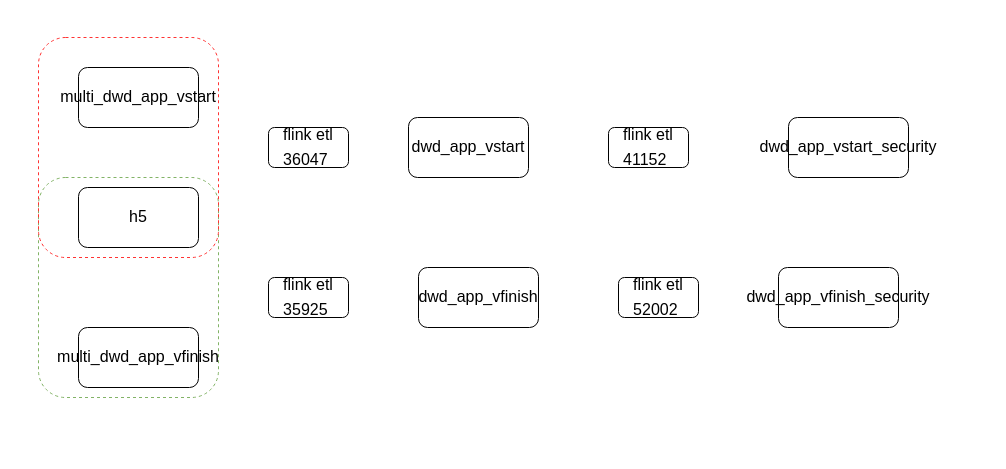
Above: page "app播放链路流程图" (1 of 2) of app切换星迹反作弊.drawio in Arthur-Lanc/drawio (draw.io), before the change. Source tidied: cells renumbered, new cells numbered last; positions are measured from the earlier drawing's top-left corner, leaving out a move shared by most shapes. Both pictures are drawn from the tidied source at 100%, with x=0, y=0 at pixel (38, 37).
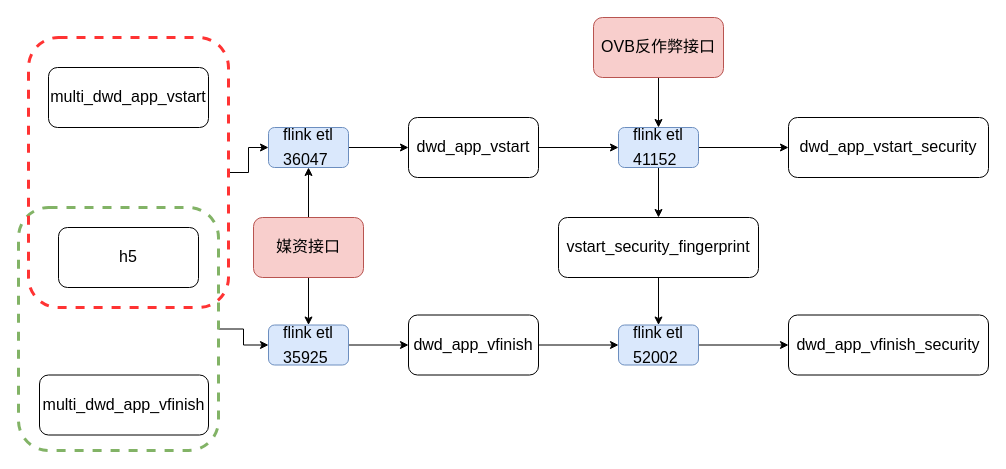
After the change.

Commit message (it also covers changes not shown here):
更新app切换星迹反作弊.drawio

Diff of the diagram source:
```diff
@@
+    <mxCell id="15" style="edgeStyle=orthogonalEdgeStyle;rounded=0;hachureGap=4;jettySize=auto;html=1;fontFamily=Architects Daughter;fontSize=16;" parent="1" edge="1" source="2" target="11">
+      <mxGeometry relative="1" as="geometry" />
+    </mxCell>
-    <mxCell id="2" style="rounded=1;whiteSpace=wrap;html=1;hachureGap=4;fontFamily=Architects Daughter;fontSize=20;fillColor=none;strokeColor=#82b366;dashed=1;" parent="1" vertex="1">
-      <mxGeometry y="140" width="180" height="220" as="geometry" />
+    <mxCell id="2" style="rounded=1;whiteSpace=wrap;html=1;hachureGap=4;fontFamily=Architects Daughter;fontSize=20;fillColor=none;strokeColor=#82b366;dashed=1;strokeWidth=3;" parent="1" vertex="1">
+      <mxGeometry x="-20" y="170" width="200" height="243" as="geometry" />
     </mxCell>
+    <mxCell id="16" style="edgeStyle=orthogonalEdgeStyle;rounded=0;hachureGap=4;jettySize=auto;html=1;fontFamily=Architects Daughter;fontSize=16;" parent="1" edge="1" source="3" target="10">
+      <mxGeometry relative="1" as="geometry" />
+    </mxCell>
-    <mxCell id="3" style="rounded=1;whiteSpace=wrap;html=1;hachureGap=4;fontFamily=Architects Daughter;fontSize=20;gradientColor=default;fillColor=none;strokeColor=#FF3333;dashed=1;" parent="1" vertex="1">
-      <mxGeometry width="180" height="220" as="geometry" />
+    <mxCell id="3" style="rounded=1;whiteSpace=wrap;html=1;hachureGap=4;fontFamily=Architects Daughter;fontSize=20;gradientColor=default;fillColor=none;strokeColor=#FF3333;dashed=1;strokeWidth=3;" parent="1" vertex="1">
+      <mxGeometry x="-10" width="200" height="270" as="geometry" />
     </mxCell>
+    <mxCell id="17" style="edgeStyle=orthogonalEdgeStyle;rounded=0;hachureGap=4;jettySize=auto;html=1;fontFamily=Architects Daughter;fontSize=16;" parent="1" edge="1" source="4" target="8">
+      <mxGeometry relative="1" as="geometry" />
+    </mxCell>
     <mxCell id="4" value="&lt;div style=&quot;font-size: medium; text-align: start;&quot;&gt;&lt;/div&gt;&lt;div style=&quot;font-size: medium; text-align: start;&quot;&gt;&lt;div class=&quot;document&quot;&gt;&lt;div class=&quot;section&quot;&gt;&lt;p style=&quot;margin: 3pt 0pt; font-family: 等线; font-size: 12pt; line-height: 20.8px;&quot; class=&quot;paragraph text-align-type-left&quot;&gt;dwd_app_vstart&lt;/p&gt;&lt;/div&gt;&lt;/div&gt;&lt;/div&gt;" style="rounded=1;whiteSpace=wrap;html=1;hachureGap=4;fontFamily=Architects Daughter;fontSize=20;" parent="1" vertex="1">
-      <mxGeometry x="370" y="80" width="120" height="60" as="geometry" />
+      <mxGeometry x="370" y="80" width="130" height="60" as="geometry" />
     </mxCell>
+    <mxCell id="18" style="edgeStyle=orthogonalEdgeStyle;rounded=0;hachureGap=4;jettySize=auto;html=1;fontFamily=Architects Daughter;fontSize=16;" parent="1" edge="1" source="5" target="9">
+      <mxGeometry relative="1" as="geometry" />
+    </mxCell>
     <mxCell id="5" value="&lt;div style=&quot;font-size: medium; text-align: start;&quot;&gt;&lt;/div&gt;&lt;div style=&quot;font-size: medium; text-align: start;&quot;&gt;&lt;div class=&quot;document&quot;&gt;&lt;div class=&quot;section&quot;&gt;&lt;p style=&quot;margin: 3pt 0pt; font-family: 等线; font-size: 12pt; line-height: 20.8px;&quot; class=&quot;paragraph text-align-type-left&quot;&gt;dwd_app_vfinish&lt;/p&gt;&lt;/div&gt;&lt;/div&gt;&lt;/div&gt;" style="rounded=1;whiteSpace=wrap;html=1;hachureGap=4;fontFamily=Architects Daughter;fontSize=20;" parent="1" vertex="1">
-      <mxGeometry x="380" y="230" width="120" height="60" as="geometry" />
+      <mxGeometry x="370" y="277.5" width="130" height="60" as="geometry" />
     </mxCell>
     <mxCell id="6" value="&lt;div style=&quot;font-size: medium; text-align: start;&quot;&gt;&lt;/div&gt;&lt;div style=&quot;font-size: medium; text-align: start;&quot;&gt;&lt;div class=&quot;document&quot;&gt;&lt;div class=&quot;section&quot;&gt;&lt;p style=&quot;margin: 3pt 0pt; font-family: 等线; font-size: 12pt; line-height: 20.8px;&quot; class=&quot;paragraph text-align-type-left&quot;&gt;dwd_app_vstart_security&lt;/p&gt;&lt;/div&gt;&lt;/div&gt;&lt;/div&gt;" style="rounded=1;whiteSpace=wrap;html=1;hachureGap=4;fontFamily=Architects Daughter;fontSize=20;" parent="1" vertex="1">
-      <mxGeometry x="750" y="80" width="120" height="60" as="geometry" />
+      <mxGeometry x="750" y="80" width="200" height="60" as="geometry" />
     </mxCell>
     <mxCell id="7" value="&lt;div style=&quot;font-size: medium; text-align: start;&quot;&gt;&lt;/div&gt;&lt;div style=&quot;font-size: medium; text-align: start;&quot;&gt;&lt;div class=&quot;document&quot;&gt;&lt;div class=&quot;section&quot;&gt;&lt;p style=&quot;margin: 3pt 0pt; font-family: 等线; font-size: 12pt; line-height: 20.8px;&quot; class=&quot;paragraph text-align-type-left&quot;&gt;dwd_app_vfinish_security&lt;/p&gt;&lt;/div&gt;&lt;/div&gt;&lt;/div&gt;" style="rounded=1;whiteSpace=wrap;html=1;hachureGap=4;fontFamily=Architects Daughter;fontSize=20;" parent="1" vertex="1">
-      <mxGeometry x="740" y="230" width="120" height="60" as="geometry" />
+      <mxGeometry x="750" y="277.5" width="200" height="60" as="geometry" />
     </mxCell>
+    <mxCell id="19" style="edgeStyle=orthogonalEdgeStyle;rounded=0;hachureGap=4;jettySize=auto;html=1;fontFamily=Architects Daughter;fontSize=16;" parent="1" edge="1" source="8" target="6">
+      <mxGeometry relative="1" as="geometry" />
+    </mxCell>
+    <mxCell id="20" style="edgeStyle=orthogonalEdgeStyle;rounded=0;hachureGap=4;jettySize=auto;html=1;fontFamily=Architects Daughter;fontSize=16;" parent="1" edge="1" source="8" target="27">
+      <mxGeometry relative="1" as="geometry" />
+    </mxCell>
-    <mxCell id="8" value="&lt;div style=&quot;font-size: medium; text-align: start;&quot;&gt;&lt;/div&gt;&lt;div style=&quot;font-size: medium; text-align: start;&quot;&gt;&lt;div class=&quot;document&quot;&gt;&lt;div class=&quot;section&quot;&gt;&lt;p style=&quot;margin: 3pt 0pt; font-family: 等线; font-size: 12pt; line-height: 20.8px;&quot; class=&quot;paragraph text-align-type-left&quot;&gt;flink etl&lt;/p&gt;&lt;div&gt;&lt;/div&gt;&lt;div&gt;&lt;div class=&quot;document&quot;&gt;&lt;div class=&quot;section&quot;&gt;&lt;p style=&quot;margin: 3pt 0pt; font-family: 等线; font-size: 12pt; line-height: 20.8px;&quot; class=&quot;paragraph text-align-type-left&quot;&gt;41152&lt;/p&gt;&lt;/div&gt;&lt;/div&gt;&lt;/div&gt;&lt;/div&gt;&lt;/div&gt;&lt;/div&gt;" style="rounded=1;whiteSpace=wrap;html=1;hachureGap=4;fontFamily=Architects Daughter;fontSize=20;" parent="1" vertex="1">
-      <mxGeometry x="570" y="90" width="80" height="40" as="geometry" />
+    <mxCell id="8" value="&lt;div style=&quot;font-size: medium; text-align: start;&quot;&gt;&lt;/div&gt;&lt;div style=&quot;font-size: medium; text-align: start;&quot;&gt;&lt;div class=&quot;document&quot;&gt;&lt;div class=&quot;section&quot;&gt;&lt;p style=&quot;margin: 3pt 0pt; font-family: 等线; font-size: 12pt; line-height: 20.8px;&quot; class=&quot;paragraph text-align-type-left&quot;&gt;flink etl&lt;/p&gt;&lt;div&gt;&lt;/div&gt;&lt;div&gt;&lt;div class=&quot;document&quot;&gt;&lt;div class=&quot;section&quot;&gt;&lt;p style=&quot;margin: 3pt 0pt; font-family: 等线; font-size: 12pt; line-height: 20.8px;&quot; class=&quot;paragraph text-align-type-left&quot;&gt;41152&lt;/p&gt;&lt;/div&gt;&lt;/div&gt;&lt;/div&gt;&lt;/div&gt;&lt;/div&gt;&lt;/div&gt;" style="rounded=1;whiteSpace=wrap;html=1;hachureGap=4;fontFamily=Architects Daughter;fontSize=20;fillColor=#dae8fc;strokeColor=#6c8ebf;" parent="1" vertex="1">
+      <mxGeometry x="580" y="90" width="80" height="40" as="geometry" />
     </mxCell>
+    <mxCell id="21" style="edgeStyle=orthogonalEdgeStyle;rounded=0;hachureGap=4;jettySize=auto;html=1;fontFamily=Architects Daughter;fontSize=16;" parent="1" edge="1" source="9" target="7">
+      <mxGeometry relative="1" as="geometry" />
+    </mxCell>
-    <mxCell id="9" value="&lt;div style=&quot;font-size: medium; text-align: start;&quot;&gt;&lt;/div&gt;&lt;div style=&quot;font-size: medium; text-align: start;&quot;&gt;&lt;div class=&quot;document&quot;&gt;&lt;div class=&quot;section&quot;&gt;&lt;p style=&quot;margin: 3pt 0pt; font-family: 等线; font-size: 12pt; line-height: 20.8px;&quot; class=&quot;paragraph text-align-type-left&quot;&gt;flink etl&lt;/p&gt;&lt;p style=&quot;margin: 3pt 0pt; font-family: 等线; font-size: 12pt; line-height: 20.8px;&quot; class=&quot;paragraph text-align-type-left&quot;&gt;52002&lt;/p&gt;&lt;/div&gt;&lt;/div&gt;&lt;/div&gt;" style="rounded=1;whiteSpace=wrap;html=1;hachureGap=4;fontFamily=Architects Daughter;fontSize=20;" parent="1" vertex="1">
-      <mxGeometry x="580" y="240" width="80" height="40" as="geometry" />
+    <mxCell id="9" value="&lt;div style=&quot;font-size: medium; text-align: start;&quot;&gt;&lt;/div&gt;&lt;div style=&quot;font-size: medium; text-align: start;&quot;&gt;&lt;div class=&quot;document&quot;&gt;&lt;div class=&quot;section&quot;&gt;&lt;p style=&quot;margin: 3pt 0pt; font-family: 等线; font-size: 12pt; line-height: 20.8px;&quot; class=&quot;paragraph text-align-type-left&quot;&gt;flink etl&lt;/p&gt;&lt;p style=&quot;margin: 3pt 0pt; font-family: 等线; font-size: 12pt; line-height: 20.8px;&quot; class=&quot;paragraph text-align-type-left&quot;&gt;52002&lt;/p&gt;&lt;/div&gt;&lt;/div&gt;&lt;/div&gt;" style="rounded=1;whiteSpace=wrap;html=1;hachureGap=4;fontFamily=Architects Daughter;fontSize=20;fillColor=#dae8fc;strokeColor=#6c8ebf;" parent="1" vertex="1">
+      <mxGeometry x="580" y="287.5" width="80" height="40" as="geometry" />
     </mxCell>
+    <mxCell id="22" style="edgeStyle=orthogonalEdgeStyle;rounded=0;hachureGap=4;jettySize=auto;html=1;fontFamily=Architects Daughter;fontSize=16;" parent="1" edge="1" source="10" target="4">
+      <mxGeometry relative="1" as="geometry" />
+    </mxCell>
-    <mxCell id="10" value="&lt;div style=&quot;font-size: medium; text-align: start;&quot;&gt;&lt;/div&gt;&lt;div style=&quot;font-size: medium; text-align: start;&quot;&gt;&lt;div class=&quot;document&quot;&gt;&lt;div class=&quot;section&quot;&gt;&lt;p style=&quot;margin: 3pt 0pt; font-family: 等线; font-size: 12pt; line-height: 20.8px;&quot; class=&quot;paragraph text-align-type-left&quot;&gt;flink etl&lt;/p&gt;&lt;div&gt;&lt;/div&gt;&lt;div&gt;&lt;div class=&quot;document&quot;&gt;&lt;div class=&quot;section&quot;&gt;&lt;p style=&quot;margin: 3pt 0pt; font-family: 等线; font-size: 12pt; line-height: 20.8px;&quot; class=&quot;paragraph text-align-type-left&quot;&gt;36047&lt;/p&gt;&lt;/div&gt;&lt;/div&gt;&lt;/div&gt;&lt;/div&gt;&lt;/div&gt;&lt;/div&gt;" style="rounded=1;whiteSpace=wrap;html=1;hachureGap=4;fontFamily=Architects Daughter;fontSize=20;" parent="1" vertex="1">
+    <mxCell id="10" value="&lt;div style=&quot;font-size: medium; text-align: start;&quot;&gt;&lt;/div&gt;&lt;div style=&quot;font-size: medium; text-align: start;&quot;&gt;&lt;div class=&quot;document&quot;&gt;&lt;div class=&quot;section&quot;&gt;&lt;p style=&quot;margin: 3pt 0pt; font-family: 等线; font-size: 12pt; line-height: 20.8px;&quot; class=&quot;paragraph text-align-type-left&quot;&gt;flink etl&lt;/p&gt;&lt;div&gt;&lt;/div&gt;&lt;div&gt;&lt;div class=&quot;document&quot;&gt;&lt;div class=&quot;section&quot;&gt;&lt;p style=&quot;margin: 3pt 0pt; font-family: 等线; font-size: 12pt; line-height: 20.8px;&quot; class=&quot;paragraph text-align-type-left&quot;&gt;36047&lt;/p&gt;&lt;/div&gt;&lt;/div&gt;&lt;/div&gt;&lt;/div&gt;&lt;/div&gt;&lt;/div&gt;" style="rounded=1;whiteSpace=wrap;html=1;hachureGap=4;fontFamily=Architects Daughter;fontSize=20;fillColor=#dae8fc;strokeColor=#6c8ebf;" parent="1" vertex="1">
       <mxGeometry x="230" y="90" width="80" height="40" as="geometry" />
     </mxCell>
+    <mxCell id="23" style="edgeStyle=orthogonalEdgeStyle;rounded=0;hachureGap=4;jettySize=auto;html=1;fontFamily=Architects Daughter;fontSize=16;" parent="1" edge="1" source="11" target="5">
+      <mxGeometry relative="1" as="geometry" />
+    </mxCell>
-    <mxCell id="11" value="&lt;div style=&quot;font-size: medium; text-align: start;&quot;&gt;&lt;/div&gt;&lt;div style=&quot;font-size: medium; text-align: start;&quot;&gt;&lt;div class=&quot;document&quot;&gt;&lt;div class=&quot;section&quot;&gt;&lt;p style=&quot;margin: 3pt 0pt; font-family: 等线; font-size: 12pt; line-height: 20.8px;&quot; class=&quot;paragraph text-align-type-left&quot;&gt;flink etl&lt;/p&gt;&lt;p style=&quot;margin: 3pt 0pt; font-family: 等线; font-size: 12pt; line-height: 20.8px;&quot; class=&quot;paragraph text-align-type-left&quot;&gt;35925&lt;/p&gt;&lt;/div&gt;&lt;/div&gt;&lt;/div&gt;" style="rounded=1;whiteSpace=wrap;html=1;hachureGap=4;fontFamily=Architects Daughter;fontSize=20;" parent="1" vertex="1">
-      <mxGeometry x="230" y="240" width="80" height="40" as="geometry" />
+    <mxCell id="11" value="&lt;div style=&quot;font-size: medium; text-align: start;&quot;&gt;&lt;/div&gt;&lt;div style=&quot;font-size: medium; text-align: start;&quot;&gt;&lt;div class=&quot;document&quot;&gt;&lt;div class=&quot;section&quot;&gt;&lt;p style=&quot;margin: 3pt 0pt; font-family: 等线; font-size: 12pt; line-height: 20.8px;&quot; class=&quot;paragraph text-align-type-left&quot;&gt;flink etl&lt;/p&gt;&lt;p style=&quot;margin: 3pt 0pt; font-family: 等线; font-size: 12pt; line-height: 20.8px;&quot; class=&quot;paragraph text-align-type-left&quot;&gt;35925&lt;/p&gt;&lt;/div&gt;&lt;/div&gt;&lt;/div&gt;" style="rounded=1;whiteSpace=wrap;html=1;hachureGap=4;fontFamily=Architects Daughter;fontSize=20;fillColor=#dae8fc;strokeColor=#6c8ebf;" parent="1" vertex="1">
+      <mxGeometry x="230" y="287.5" width="80" height="40" as="geometry" />
     </mxCell>
     <mxCell id="12" value="&lt;div style=&quot;font-size: medium; text-align: start;&quot;&gt;&lt;/div&gt;&lt;div style=&quot;font-size: medium; text-align: start;&quot;&gt;&lt;div class=&quot;document&quot;&gt;&lt;div class=&quot;section&quot;&gt;&lt;p style=&quot;margin: 3pt 0pt; font-family: 等线; font-size: 12pt; line-height: 20.8px;&quot; class=&quot;paragraph text-align-type-left&quot;&gt;multi_dwd_app_vstart&lt;/p&gt;&lt;/div&gt;&lt;/div&gt;&lt;/div&gt;" style="rounded=1;whiteSpace=wrap;html=1;hachureGap=4;fontFamily=Architects Daughter;fontSize=20;" parent="1" vertex="1">
-      <mxGeometry x="40" y="30" width="120" height="60" as="geometry" />
+      <mxGeometry x="10" y="30" width="160" height="60" as="geometry" />
     </mxCell>
     <mxCell id="13" value="&lt;div style=&quot;font-size: medium; text-align: start;&quot;&gt;&lt;/div&gt;&lt;div style=&quot;font-size: medium; text-align: start;&quot;&gt;&lt;div class=&quot;document&quot;&gt;&lt;div class=&quot;section&quot;&gt;&lt;p style=&quot;margin: 3pt 0pt; font-family: 等线; font-size: 12pt; line-height: 20.8px;&quot; class=&quot;paragraph text-align-type-left&quot;&gt;h5&lt;br&gt;&lt;/p&gt;&lt;/div&gt;&lt;/div&gt;&lt;/div&gt;" style="rounded=1;whiteSpace=wrap;html=1;hachureGap=4;fontFamily=Architects Daughter;fontSize=20;" parent="1" vertex="1">
-      <mxGeometry x="40" y="150" width="120" height="60" as="geometry" />
+      <mxGeometry x="20" y="190" width="140" height="60" as="geometry" />
     </mxCell>
     <mxCell id="14" value="&lt;div style=&quot;font-size: medium; text-align: start;&quot;&gt;&lt;/div&gt;&lt;div style=&quot;font-size: medium; text-align: start;&quot;&gt;&lt;div class=&quot;document&quot;&gt;&lt;div class=&quot;section&quot;&gt;&lt;p style=&quot;margin: 3pt 0pt; font-family: 等线; font-size: 12pt; line-height: 20.8px;&quot; class=&quot;paragraph text-align-type-left&quot;&gt;multi_dwd_app_vfinish&lt;/p&gt;&lt;/div&gt;&lt;/div&gt;&lt;/div&gt;" style="rounded=1;whiteSpace=wrap;html=1;hachureGap=4;fontFamily=Architects Daughter;fontSize=20;" parent="1" vertex="1">
-      <mxGeometry x="40" y="290" width="120" height="60" as="geometry" />
+      <mxGeometry x="1" y="337.5" width="169" height="60" as="geometry" />
     </mxCell>
+    <mxCell id="24" style="edgeStyle=orthogonalEdgeStyle;rounded=0;hachureGap=4;jettySize=auto;html=1;fontFamily=Architects Daughter;fontSize=16;" parent="1" edge="1" source="25" target="8">
+      <mxGeometry relative="1" as="geometry" />
+    </mxCell>
+    <mxCell id="25" value="&lt;div style=&quot;font-size: medium; text-align: start;&quot;&gt;&lt;/div&gt;&lt;div style=&quot;font-size: medium; text-align: start;&quot;&gt;&lt;div class=&quot;document&quot;&gt;&lt;div class=&quot;section&quot;&gt;&lt;p style=&quot;margin: 3pt 0pt; font-family: 等线; font-size: 12pt; line-height: 20.8px;&quot; class=&quot;paragraph text-align-type-left&quot;&gt;OVB反作弊接口&lt;/p&gt;&lt;/div&gt;&lt;/div&gt;&lt;/div&gt;" style="rounded=1;whiteSpace=wrap;html=1;hachureGap=4;fontFamily=Architects Daughter;fontSize=20;fillColor=#f8cecc;strokeColor=#b85450;" parent="1" vertex="1">
+      <mxGeometry x="555" y="-20" width="130" height="60" as="geometry" />
+    </mxCell>
+    <mxCell id="26" style="edgeStyle=orthogonalEdgeStyle;rounded=0;hachureGap=4;jettySize=auto;html=1;fontFamily=Architects Daughter;fontSize=16;" parent="1" edge="1" source="27" target="9">
+      <mxGeometry relative="1" as="geometry" />
+    </mxCell>
+    <mxCell id="27" value="&lt;div style=&quot;font-size: medium; text-align: start;&quot;&gt;&lt;/div&gt;&lt;div style=&quot;font-size: medium; text-align: start;&quot;&gt;&lt;div class=&quot;document&quot;&gt;&lt;div class=&quot;section&quot;&gt;&lt;p style=&quot;margin: 3pt 0pt; font-family: 等线; font-size: 12pt; line-height: 20.8px;&quot; class=&quot;paragraph text-align-type-left&quot;&gt;vstart_security_fingerprint&lt;/p&gt;&lt;/div&gt;&lt;/div&gt;&lt;/div&gt;" style="rounded=1;whiteSpace=wrap;html=1;hachureGap=4;fontFamily=Architects Daughter;fontSize=20;" parent="1" vertex="1">
+      <mxGeometry x="520" y="180" width="200" height="60" as="geometry" />
+    </mxCell>
+    <mxCell id="28" style="edgeStyle=orthogonalEdgeStyle;rounded=0;hachureGap=4;jettySize=auto;html=1;fontFamily=Architects Daughter;fontSize=16;" parent="1" edge="1" source="30" target="10">
+      <mxGeometry relative="1" as="geometry" />
+    </mxCell>
+    <mxCell id="29" style="edgeStyle=orthogonalEdgeStyle;rounded=0;hachureGap=4;jettySize=auto;html=1;fontFamily=Architects Daughter;fontSize=16;" parent="1" edge="1" source="30" target="11">
+      <mxGeometry relative="1" as="geometry" />
+    </mxCell>
+    <mxCell id="30" value="&lt;div style=&quot;font-size: medium; text-align: start;&quot;&gt;&lt;/div&gt;&lt;div style=&quot;font-size: medium; text-align: start;&quot;&gt;&lt;div class=&quot;document&quot;&gt;&lt;div class=&quot;section&quot;&gt;&lt;p style=&quot;margin: 3pt 0pt; font-family: 等线; font-size: 12pt; line-height: 20.8px;&quot; class=&quot;paragraph text-align-type-left&quot;&gt;媒资接口&lt;/p&gt;&lt;/div&gt;&lt;/div&gt;&lt;/div&gt;" style="rounded=1;whiteSpace=wrap;html=1;hachureGap=4;fontFamily=Architects Daughter;fontSize=20;fillColor=#f8cecc;strokeColor=#b85450;" parent="1" vertex="1">
+      <mxGeometry x="215" y="180" width="110" height="60" as="geometry" />
+    </mxCell>
```
